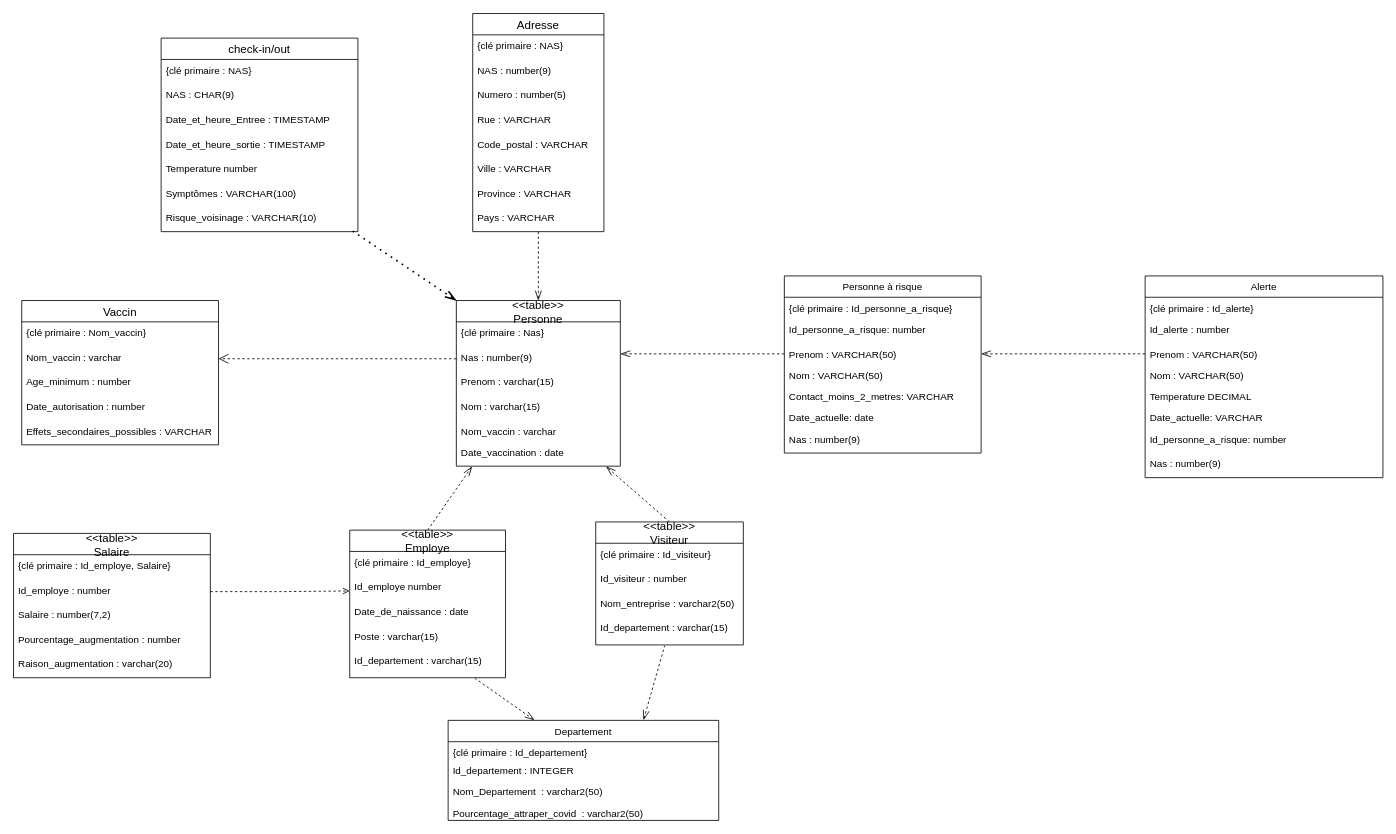
Carl-Montpetit/database-sql keeps this draw.io diagram as DRAWIO/schema relationnel.drawio. Above is the earlier version. Source tidied: cells renumbered, new cells numbered last; positions are measured from the earlier drawing's top-left corner, leaving out a move shared by most shapes. Both pictures are drawn from the tidied source at 82%, with x=0, y=0 at pixel (13, 13).
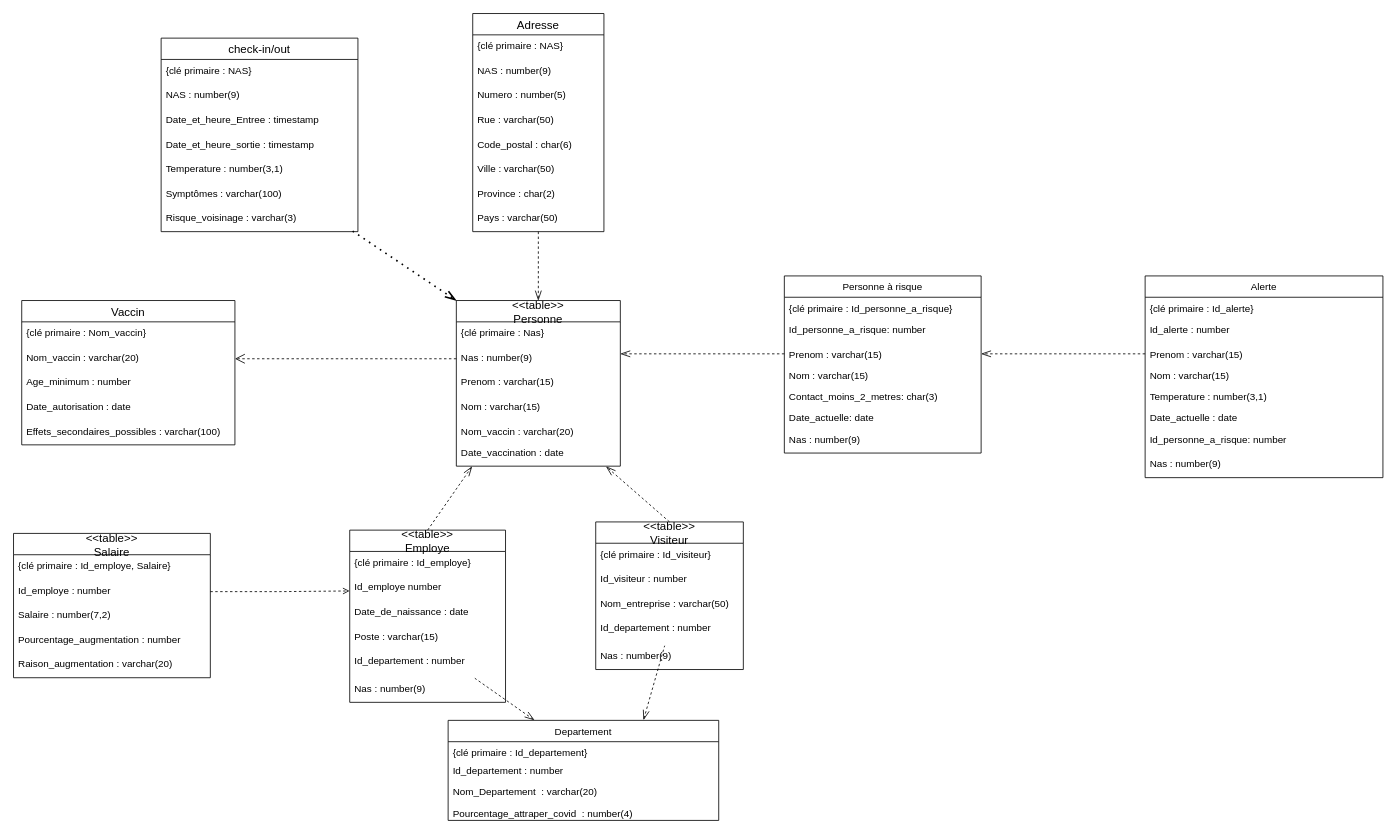
The same page after the edit.

Commit message (it also covers changes not shown here):
Ajustement dans le script et dans le schema

Unchanged cells that the change refers to:
```xml
<mxCell id="2" value="Personne à risque" style="swimlane;fontStyle=0;horizontal=1;startSize=26;" parent="1" vertex="1">
  <mxGeometry x="940" y="320" width="240" height="216" as="geometry" />
</mxCell>
<mxCell id="10" value="&lt;&lt;table&gt;&gt;&#10;Personne" style="swimlane;fontStyle=0;horizontal=1;startSize=26;align=center;fontSize=14;labelBackgroundColor=none;swimlaneLine=1;glass=0;shadow=0;" parent="1" vertex="1">
  <mxGeometry x="540" y="350" width="200" height="202" as="geometry" />
</mxCell>
<mxCell id="28" value="Departement" style="swimlane;fontStyle=0;horizontal=1;startSize=26;" parent="1" vertex="1">
  <mxGeometry x="530" y="862" width="330" height="122" as="geometry" />
</mxCell>
<mxCell id="33" value="Alerte" style="swimlane;fontStyle=0;horizontal=1;startSize=26;strokeWidth=1;" parent="1" vertex="1">
  <mxGeometry x="1380" y="320" width="290" height="246" as="geometry" />
</mxCell>
<mxCell id="55" value="Adresse" style="swimlane;fontStyle=0;horizontal=1;startSize=26;align=center;fontSize=14;strokeWidth=1;" parent="1" vertex="1">
  <mxGeometry x="560" width="160" height="266" as="geometry" />
</mxCell>
<mxCell id="72" value="check-in/out" style="swimlane;fontStyle=0;horizontal=1;startSize=26;align=center;fontSize=14;labelBackgroundColor=#FFFFFF;" parent="1" vertex="1">
  <mxGeometry x="180" y="30" width="240" height="236" as="geometry" />
</mxCell>
```

Change to the diagram source:
```diff
@@
-    <mxCell id="5" value="Prenom : VARCHAR(50)" style="text;strokeColor=none;fillColor=none;align=left;verticalAlign=top;spacingLeft=4;spacingRight=4;overflow=hidden;points=[[0,0.5],[1,0.5]];portConstraint=eastwest;" parent="2" vertex="1">
+    <mxCell id="5" value="Prenom : varchar(15)" style="text;strokeColor=none;fillColor=none;align=left;verticalAlign=top;spacingLeft=4;spacingRight=4;overflow=hidden;points=[[0,0.5],[1,0.5]];portConstraint=eastwest;" parent="2" vertex="1">
       <mxGeometry y="82" width="240" height="26" as="geometry" />
     </mxCell>
-    <mxCell id="6" value="Nom : VARCHAR(50)" style="text;strokeColor=none;fillColor=none;align=left;verticalAlign=top;spacingLeft=4;spacingRight=4;overflow=hidden;" parent="2" vertex="1">
+    <mxCell id="6" value="Nom : varchar(15)" style="text;strokeColor=none;fillColor=none;align=left;verticalAlign=top;spacingLeft=4;spacingRight=4;overflow=hidden;" parent="2" vertex="1">
       <mxGeometry y="108" width="240" height="26" as="geometry" />
     </mxCell>
-    <mxCell id="7" value="Contact_moins_2_metres: VARCHAR" style="text;strokeColor=none;fillColor=none;align=left;verticalAlign=top;spacingLeft=4;spacingRight=4;overflow=hidden;" parent="2" vertex="1">
+    <mxCell id="7" value="Contact_moins_2_metres: char(3)" style="text;strokeColor=none;fillColor=none;align=left;verticalAlign=top;spacingLeft=4;spacingRight=4;overflow=hidden;" parent="2" vertex="1">
       <mxGeometry y="134" width="240" height="26" as="geometry" />
     </mxCell>
@@
-    <mxCell id="15" value="Nom_vaccin : varchar" style="text;strokeColor=none;fillColor=none;spacingLeft=4;spacingRight=4;overflow=hidden;fontSize=12;" parent="10" vertex="1">
+    <mxCell id="15" value="Nom_vaccin : varchar(20)" style="text;strokeColor=none;fillColor=none;spacingLeft=4;spacingRight=4;overflow=hidden;fontSize=12;" parent="10" vertex="1">
       <mxGeometry y="146" width="200" height="26" as="geometry" />
     </mxCell>
@@
     <mxCell id="17" value="&lt;&lt;table&gt;&gt;&#10;Employe" style="swimlane;fontStyle=0;horizontal=1;startSize=26;align=center;fontSize=14;labelBackgroundColor=none;" parent="1" vertex="1">
-      <mxGeometry x="410" y="630" width="190" height="180" as="geometry" />
+      <mxGeometry x="410" y="630" width="190" height="210" as="geometry" />
     </mxCell>
@@
-    <mxCell id="22" value="Id_departement : varchar(15)" style="text;strokeColor=none;fillColor=none;spacingLeft=4;spacingRight=4;overflow=hidden;points=[[0,0.5],[1,0.5]];portConstraint=eastwest;fontSize=12;" parent="17" vertex="1">
+    <mxCell id="22" value="Id_departement : number" style="text;strokeColor=none;fillColor=none;spacingLeft=4;spacingRight=4;overflow=hidden;points=[[0,0.5],[1,0.5]];portConstraint=eastwest;fontSize=12;" parent="17" vertex="1">
       <mxGeometry y="146" width="190" height="34" as="geometry" />
     </mxCell>
+    <mxCell id="82" value="Nas : number(9)" style="text;strokeColor=none;fillColor=none;spacingLeft=4;spacingRight=4;overflow=hidden;fontSize=12;" parent="17" vertex="1">
+      <mxGeometry y="180" width="190" height="30" as="geometry" />
+    </mxCell>
     <mxCell id="23" value="&lt;&lt;table&gt;&gt;&#10;Visiteur" style="swimlane;fontStyle=0;horizontal=1;startSize=26;align=center;fontSize=14;labelBackgroundColor=none;" parent="1" vertex="1">
-      <mxGeometry x="710" y="620" width="180" height="150" as="geometry" />
+      <mxGeometry x="710" y="620" width="180" height="180" as="geometry" />
     </mxCell>
@@
-    <mxCell id="26" value="Nom_entreprise : varchar2(50)" style="text;strokeColor=none;fillColor=none;spacingLeft=4;spacingRight=4;overflow=hidden;fontSize=12;" parent="23" vertex="1">
+    <mxCell id="26" value="Nom_entreprise : varchar(50)" style="text;strokeColor=none;fillColor=none;spacingLeft=4;spacingRight=4;overflow=hidden;fontSize=12;" parent="23" vertex="1">
       <mxGeometry y="86" width="180" height="30" as="geometry" />
     </mxCell>
-    <mxCell id="27" value="Id_departement : varchar(15)" style="text;strokeColor=none;fillColor=none;spacingLeft=4;spacingRight=4;overflow=hidden;points=[[0,0.5],[1,0.5]];portConstraint=eastwest;fontSize=12;" parent="23" vertex="1">
+    <mxCell id="27" value="Id_departement : number" style="text;strokeColor=none;fillColor=none;spacingLeft=4;spacingRight=4;overflow=hidden;points=[[0,0.5],[1,0.5]];portConstraint=eastwest;fontSize=12;" parent="23" vertex="1">
       <mxGeometry y="116" width="180" height="34" as="geometry" />
     </mxCell>
+    <mxCell id="83" value="Nas : number(9)" style="text;strokeColor=none;fillColor=none;spacingLeft=4;spacingRight=4;overflow=hidden;fontSize=12;fontStyle=0;" parent="23" vertex="1">
+      <mxGeometry y="150" width="180" height="30" as="geometry" />
+    </mxCell>
@@
-    <mxCell id="30" value="Id_departement : INTEGER" style="text;strokeColor=none;fillColor=none;align=left;verticalAlign=top;spacingLeft=4;spacingRight=4;overflow=hidden;fontStyle=0;" parent="28" vertex="1">
+    <mxCell id="30" value="Id_departement : number" style="text;strokeColor=none;fillColor=none;align=left;verticalAlign=top;spacingLeft=4;spacingRight=4;overflow=hidden;fontStyle=0;" parent="28" vertex="1">
       <mxGeometry y="48" width="330" height="26" as="geometry" />
     </mxCell>
-    <mxCell id="31" value="Nom_Departement  : varchar2(50)" style="text;strokeColor=none;fillColor=none;align=left;verticalAlign=top;spacingLeft=4;spacingRight=4;overflow=hidden;" parent="28" vertex="1">
+    <mxCell id="31" value="Nom_Departement  : varchar(20)" style="text;strokeColor=none;fillColor=none;align=left;verticalAlign=top;spacingLeft=4;spacingRight=4;overflow=hidden;" parent="28" vertex="1">
       <mxGeometry y="74" width="330" height="26" as="geometry" />
     </mxCell>
-    <mxCell id="32" value="Pourcentage_attraper_covid  : varchar2(50)" style="text;strokeColor=none;fillColor=none;align=left;verticalAlign=top;spacingLeft=4;spacingRight=4;overflow=hidden;" parent="28" vertex="1">
+    <mxCell id="32" value="Pourcentage_attraper_covid  : number(4)" style="text;strokeColor=none;fillColor=none;align=left;verticalAlign=top;spacingLeft=4;spacingRight=4;overflow=hidden;" parent="28" vertex="1">
       <mxGeometry y="100" width="330" height="22" as="geometry" />
     </mxCell>
@@
-    <mxCell id="36" value="Prenom : VARCHAR(50)" style="text;strokeColor=none;fillColor=none;align=left;verticalAlign=top;spacingLeft=4;spacingRight=4;overflow=hidden;points=[[0,0.5],[1,0.5]];portConstraint=eastwest;" parent="33" vertex="1">
+    <mxCell id="36" value="Prenom : varchar(15)" style="text;strokeColor=none;fillColor=none;align=left;verticalAlign=top;spacingLeft=4;spacingRight=4;overflow=hidden;points=[[0,0.5],[1,0.5]];portConstraint=eastwest;" parent="33" vertex="1">
       <mxGeometry y="82" width="290" height="26" as="geometry" />
     </mxCell>
-    <mxCell id="37" value="Nom : VARCHAR(50)" style="text;strokeColor=none;fillColor=none;align=left;verticalAlign=top;spacingLeft=4;spacingRight=4;overflow=hidden;" parent="33" vertex="1">
+    <mxCell id="37" value="Nom : varchar(15)" style="text;strokeColor=none;fillColor=none;align=left;verticalAlign=top;spacingLeft=4;spacingRight=4;overflow=hidden;" parent="33" vertex="1">
       <mxGeometry y="108" width="290" height="26" as="geometry" />
     </mxCell>
-    <mxCell id="38" value="Temperature DECIMAL" style="text;strokeColor=none;fillColor=none;align=left;verticalAlign=top;spacingLeft=4;spacingRight=4;overflow=hidden;" parent="33" vertex="1">
+    <mxCell id="38" value="Temperature : number(3,1)" style="text;strokeColor=none;fillColor=none;align=left;verticalAlign=top;spacingLeft=4;spacingRight=4;overflow=hidden;" parent="33" vertex="1">
       <mxGeometry y="134" width="290" height="26" as="geometry" />
     </mxCell>
-    <mxCell id="39" value="Date_actuelle: VARCHAR" style="text;strokeColor=none;fillColor=none;align=left;verticalAlign=top;spacingLeft=4;spacingRight=4;overflow=hidden;" parent="33" vertex="1">
+    <mxCell id="39" value="Date_actuelle : date" style="text;strokeColor=none;fillColor=none;align=left;verticalAlign=top;spacingLeft=4;spacingRight=4;overflow=hidden;" parent="33" vertex="1">
       <mxGeometry y="160" width="290" height="26" as="geometry" />
     </mxCell>
@@
     <mxCell id="42" value="Vaccin" style="swimlane;fontStyle=0;horizontal=1;startSize=26;align=center;fontSize=14;labelBackgroundColor=none;" parent="1" vertex="1">
-      <mxGeometry x="10" y="350" width="240" height="176" as="geometry" />
+      <mxGeometry x="10" y="350" width="260" height="176" as="geometry" />
     </mxCell>
     <mxCell id="43" value="{clé primaire : Nom_vaccin}" style="text;strokeColor=none;fillColor=none;spacingLeft=4;spacingRight=4;overflow=hidden;fontSize=12;fontStyle=0;" parent="42" vertex="1">
-      <mxGeometry y="26" width="240" height="30" as="geometry" />
+      <mxGeometry y="26" width="260" height="30" as="geometry" />
     </mxCell>
-    <mxCell id="44" value="Nom_vaccin : varchar" style="text;strokeColor=none;fillColor=none;spacingLeft=4;spacingRight=4;overflow=hidden;points=[[0,0.5],[1,0.5]];portConstraint=eastwest;fontSize=12;fontStyle=0;" parent="42" vertex="1">
-      <mxGeometry y="56" width="240" height="30" as="geometry" />
+    <mxCell id="44" value="Nom_vaccin : varchar(20)" style="text;strokeColor=none;fillColor=none;spacingLeft=4;spacingRight=4;overflow=hidden;points=[[0,0.5],[1,0.5]];portConstraint=eastwest;fontSize=12;fontStyle=0;" parent="42" vertex="1">
+      <mxGeometry y="56" width="260" height="30" as="geometry" />
     </mxCell>
     <mxCell id="45" value="Age_minimum : number" style="text;strokeColor=none;fillColor=none;spacingLeft=4;spacingRight=4;overflow=hidden;fontSize=12;" parent="42" vertex="1">
-      <mxGeometry y="86" width="240" height="30" as="geometry" />
+      <mxGeometry y="86" width="260" height="30" as="geometry" />
     </mxCell>
-    <mxCell id="46" value="Date_autorisation : number" style="text;strokeColor=none;fillColor=none;spacingLeft=4;spacingRight=4;overflow=hidden;fontSize=12;" parent="42" vertex="1">
-      <mxGeometry y="116" width="240" height="30" as="geometry" />
+    <mxCell id="46" value="Date_autorisation : date" style="text;strokeColor=none;fillColor=none;spacingLeft=4;spacingRight=4;overflow=hidden;fontSize=12;" parent="42" vertex="1">
+      <mxGeometry y="116" width="260" height="30" as="geometry" />
     </mxCell>
-    <mxCell id="47" value="Effets_secondaires_possibles : VARCHAR" style="text;strokeColor=none;fillColor=none;spacingLeft=4;spacingRight=4;overflow=hidden;fontSize=12;" parent="42" vertex="1">
-      <mxGeometry y="146" width="240" height="30" as="geometry" />
+    <mxCell id="47" value="Effets_secondaires_possibles : varchar(100)" style="text;strokeColor=none;fillColor=none;spacingLeft=4;spacingRight=4;overflow=hidden;fontSize=12;" parent="42" vertex="1">
+      <mxGeometry y="146" width="260" height="30" as="geometry" />
     </mxCell>
@@
-    <mxCell id="59" value="Rue : VARCHAR" style="text;strokeColor=none;fillColor=none;spacingLeft=4;spacingRight=4;overflow=hidden;fontSize=12;" parent="55" vertex="1">
+    <mxCell id="59" value="Rue : varchar(50)" style="text;strokeColor=none;fillColor=none;spacingLeft=4;spacingRight=4;overflow=hidden;fontSize=12;" parent="55" vertex="1">
       <mxGeometry y="116" width="160" height="30" as="geometry" />
     </mxCell>
-    <mxCell id="60" value="Code_postal : VARCHAR" style="text;strokeColor=none;fillColor=none;spacingLeft=4;spacingRight=4;overflow=hidden;fontSize=12;" parent="55" vertex="1">
+    <mxCell id="60" value="Code_postal : char(6)" style="text;strokeColor=none;fillColor=none;spacingLeft=4;spacingRight=4;overflow=hidden;fontSize=12;" parent="55" vertex="1">
       <mxGeometry y="146" width="160" height="30" as="geometry" />
     </mxCell>
-    <mxCell id="61" value="Ville : VARCHAR" style="text;strokeColor=none;fillColor=none;spacingLeft=4;spacingRight=4;overflow=hidden;fontSize=12;" parent="55" vertex="1">
+    <mxCell id="61" value="Ville : varchar(50)" style="text;strokeColor=none;fillColor=none;spacingLeft=4;spacingRight=4;overflow=hidden;fontSize=12;" parent="55" vertex="1">
       <mxGeometry y="176" width="160" height="30" as="geometry" />
     </mxCell>
-    <mxCell id="62" value="Province : VARCHAR" style="text;strokeColor=none;fillColor=none;spacingLeft=4;spacingRight=4;overflow=hidden;fontSize=12;" parent="55" vertex="1">
+    <mxCell id="62" value="Province : char(2)" style="text;strokeColor=none;fillColor=none;spacingLeft=4;spacingRight=4;overflow=hidden;fontSize=12;" parent="55" vertex="1">
       <mxGeometry y="206" width="160" height="30" as="geometry" />
     </mxCell>
-    <mxCell id="63" value="Pays : VARCHAR" style="text;strokeColor=none;fillColor=none;spacingLeft=4;spacingRight=4;overflow=hidden;fontSize=12;" parent="55" vertex="1">
+    <mxCell id="63" value="Pays : varchar(50)" style="text;strokeColor=none;fillColor=none;spacingLeft=4;spacingRight=4;overflow=hidden;fontSize=12;" parent="55" vertex="1">
       <mxGeometry y="236" width="160" height="30" as="geometry" />
     </mxCell>
@@
-    <mxCell id="74" value="NAS : CHAR(9)" style="text;strokeColor=none;fillColor=none;spacingLeft=4;spacingRight=4;overflow=hidden;fontSize=12;" parent="72" vertex="1">
+    <mxCell id="74" value="NAS : number(9)" style="text;strokeColor=none;fillColor=none;spacingLeft=4;spacingRight=4;overflow=hidden;fontSize=12;" parent="72" vertex="1">
       <mxGeometry y="56" width="240" height="30" as="geometry" />
     </mxCell>
-    <mxCell id="75" value="Date_et_heure_Entree : TIMESTAMP" style="text;strokeColor=none;fillColor=none;spacingLeft=4;spacingRight=4;overflow=hidden;fontSize=12;" parent="72" vertex="1">
+    <mxCell id="75" value="Date_et_heure_Entree : timestamp" style="text;strokeColor=none;fillColor=none;spacingLeft=4;spacingRight=4;overflow=hidden;fontSize=12;" parent="72" vertex="1">
       <mxGeometry y="86" width="240" height="30" as="geometry" />
     </mxCell>
-    <mxCell id="76" value="Date_et_heure_sortie : TIMESTAMP" style="text;strokeColor=none;fillColor=none;spacingLeft=4;spacingRight=4;overflow=hidden;fontSize=12;" parent="72" vertex="1">
+    <mxCell id="76" value="Date_et_heure_sortie : timestamp" style="text;strokeColor=none;fillColor=none;spacingLeft=4;spacingRight=4;overflow=hidden;fontSize=12;" parent="72" vertex="1">
       <mxGeometry y="116" width="240" height="30" as="geometry" />
     </mxCell>
-    <mxCell id="77" value="Temperature number" style="text;strokeColor=none;fillColor=none;spacingLeft=4;spacingRight=4;overflow=hidden;fontSize=12;" parent="72" vertex="1">
+    <mxCell id="77" value="Temperature : number(3,1)" style="text;strokeColor=none;fillColor=none;spacingLeft=4;spacingRight=4;overflow=hidden;fontSize=12;" parent="72" vertex="1">
       <mxGeometry y="146" width="240" height="30" as="geometry" />
     </mxCell>
-    <mxCell id="78" value="Symptômes : VARCHAR(100)" style="text;strokeColor=none;fillColor=none;spacingLeft=4;spacingRight=4;overflow=hidden;fontSize=12;" parent="72" vertex="1">
+    <mxCell id="78" value="Symptômes : varchar(100)" style="text;strokeColor=none;fillColor=none;spacingLeft=4;spacingRight=4;overflow=hidden;fontSize=12;" parent="72" vertex="1">
       <mxGeometry y="176" width="240" height="30" as="geometry" />
     </mxCell>
-    <mxCell id="79" value="Risque_voisinage : VARCHAR(10)" style="text;strokeColor=none;fillColor=none;spacingLeft=4;spacingRight=4;overflow=hidden;points=[[0,0.5],[1,0.5]];portConstraint=eastwest;fontSize=12;" parent="72" vertex="1">
+    <mxCell id="79" value="Risque_voisinage : varchar(3)" style="text;strokeColor=none;fillColor=none;spacingLeft=4;spacingRight=4;overflow=hidden;points=[[0,0.5],[1,0.5]];portConstraint=eastwest;fontSize=12;" parent="72" vertex="1">
       <mxGeometry y="206" width="240" height="30" as="geometry" />
     </mxCell>
```
